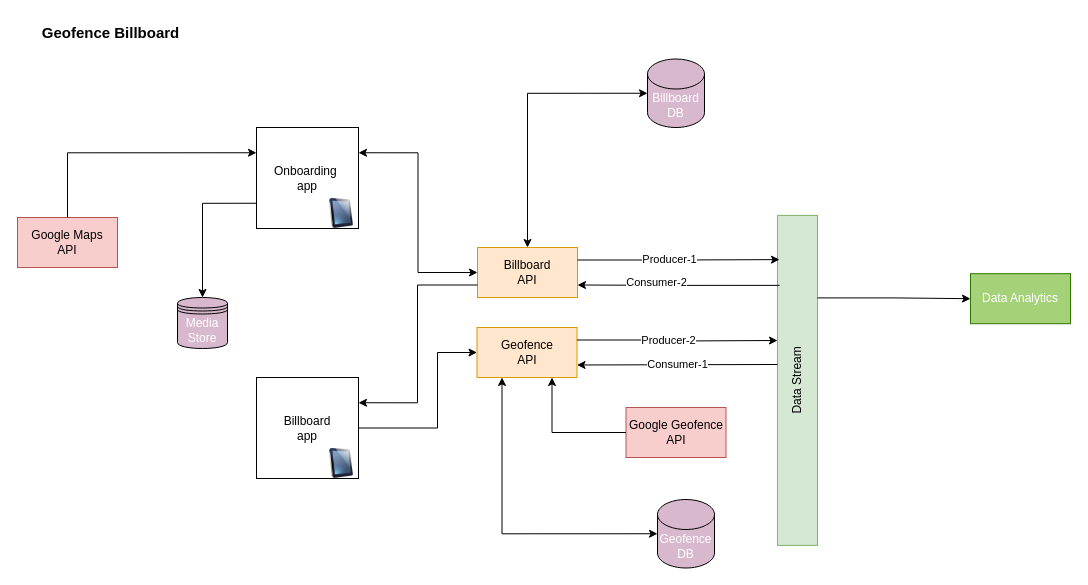
This is Untitled Diagram.drawio from research-publish/Dynamic-UI, a draw.io file, before an edit. Source tidied: cells renumbered, new cells numbered last; positions are measured from the earlier drawing's top-left corner, leaving out a move shared by most shapes. Both pictures are drawn from the tidied source at 100%, with x=0, y=0 at pixel (17, 17).
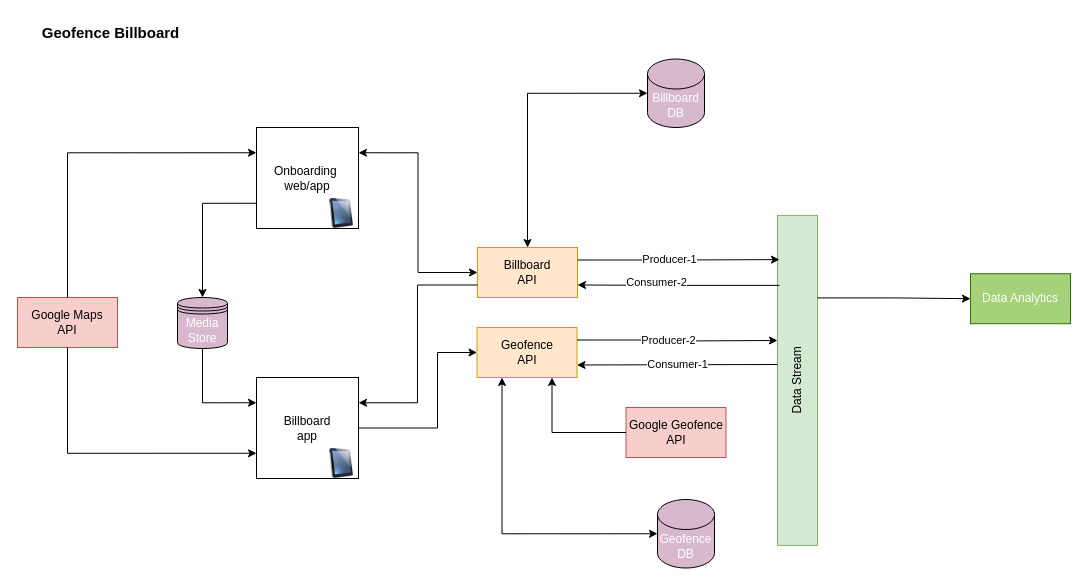
The same diagram, later.

Unchanged cells that the change refers to:
```xml
<mxCell id="6" value="Media&lt;br&gt;Store" style="shape=datastore;whiteSpace=wrap;html=1;fontColor=#FFFFFF;fillColor=#D8B8CD;gradientColor=none;gradientDirection=north;" parent="1" vertex="1">
  <mxGeometry x="160" y="280" width="50" height="51" as="geometry" />
</mxCell>
<mxCell id="17" style="group;" parent="1" vertex="1">
  <mxGeometry x="239" y="110" width="102" height="101" as="geometry" />
</mxCell>
<mxCell id="21" value="Billboard&lt;br&gt;app" style="rounded=0;whiteSpace=wrap;html=1;" parent="20" vertex="1">
  <mxGeometry width="102" height="101" as="geometry" />
</mxCell>
```

Change to the diagram source:
```diff
@@
-    <mxCell id="18" value="Onboarding&amp;nbsp;&lt;br&gt;app" style="rounded=0;whiteSpace=wrap;html=1;" parent="17" vertex="1">
+    <mxCell id="18" value="Onboarding&amp;nbsp;&lt;br&gt;web/app" style="rounded=0;whiteSpace=wrap;html=1;" parent="17" vertex="1">
       <mxGeometry width="102" height="101" as="geometry" />
     </mxCell>
@@
     <mxCell id="23" value="Google Maps&lt;br&gt;API" style="rounded=0;whiteSpace=wrap;html=1;fillColor=#f8cecc;strokeColor=#b85450;" parent="1" vertex="1">
-      <mxGeometry y="200" width="100" height="50" as="geometry" />
+      <mxGeometry y="280" width="100" height="50" as="geometry" />
     </mxCell>
@@
+    <mxCell id="34" style="endArrow=classic;html=1;rounded=0;fontColor=#FFFFFF;edgeStyle=orthogonalEdgeStyle;entryX=0;entryY=0.25;entryDx=0;entryDy=0;exitX=0.5;exitY=1;exitDx=0;exitDy=0;" parent="1" edge="1" source="6" target="21">
+      <mxGeometry relative="1" as="geometry" />
+    </mxCell>
+    <mxCell id="35" style="endArrow=none;html=1;rounded=0;fontColor=#FFFFFF;edgeStyle=orthogonalEdgeStyle;exitX=0;exitY=0.75;exitDx=0;exitDy=0;entryX=0.5;entryY=1;entryDx=0;entryDy=0;startArrow=classic;startFill=1;endFill=0;" parent="1" edge="1" source="21" target="23">
+      <mxGeometry relative="1" as="geometry" />
+    </mxCell>
```
